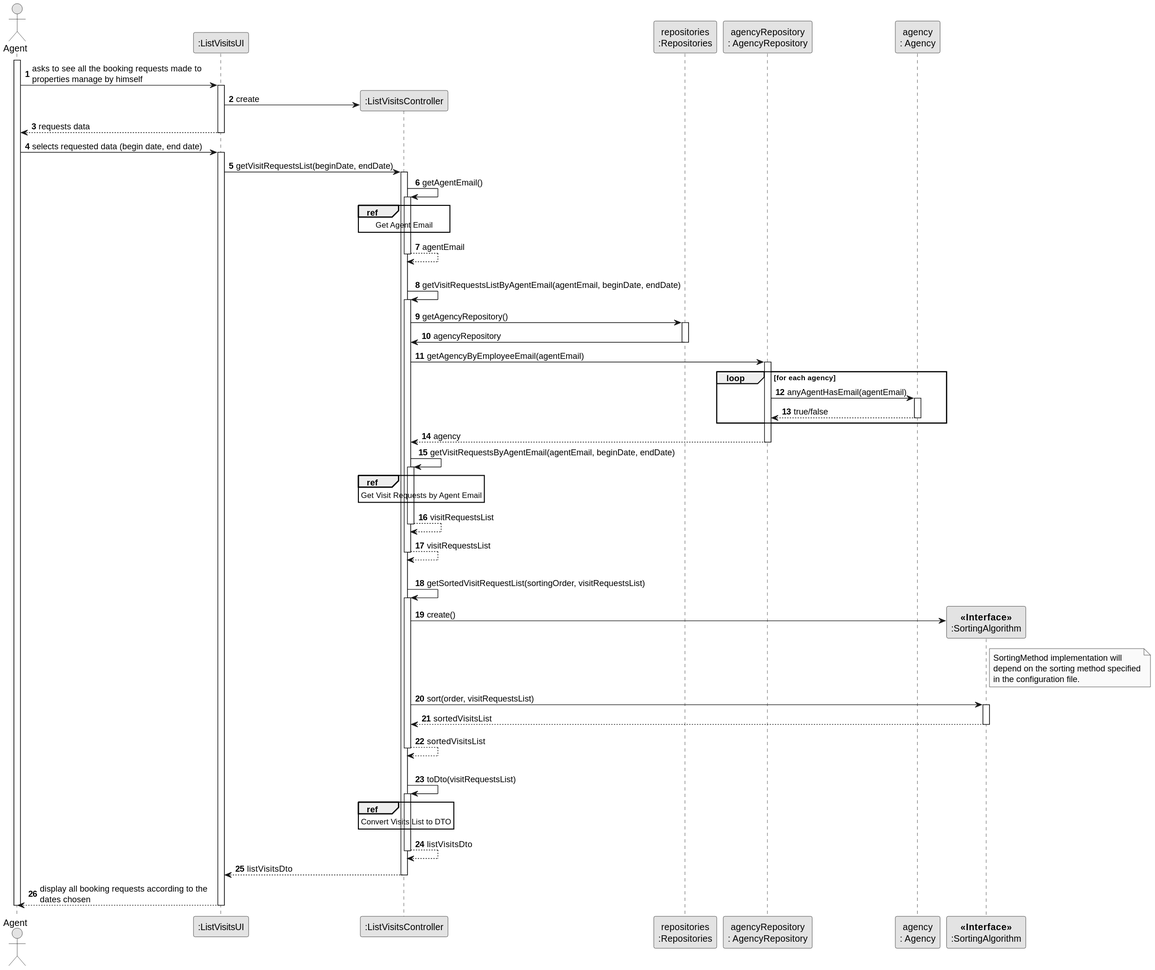
Earlier version of the PlantUML export docs/sprintD/us015/03.design/svg/us015-sequence-diagram-split.svg (rita-barbosa/LAPR2-2223).
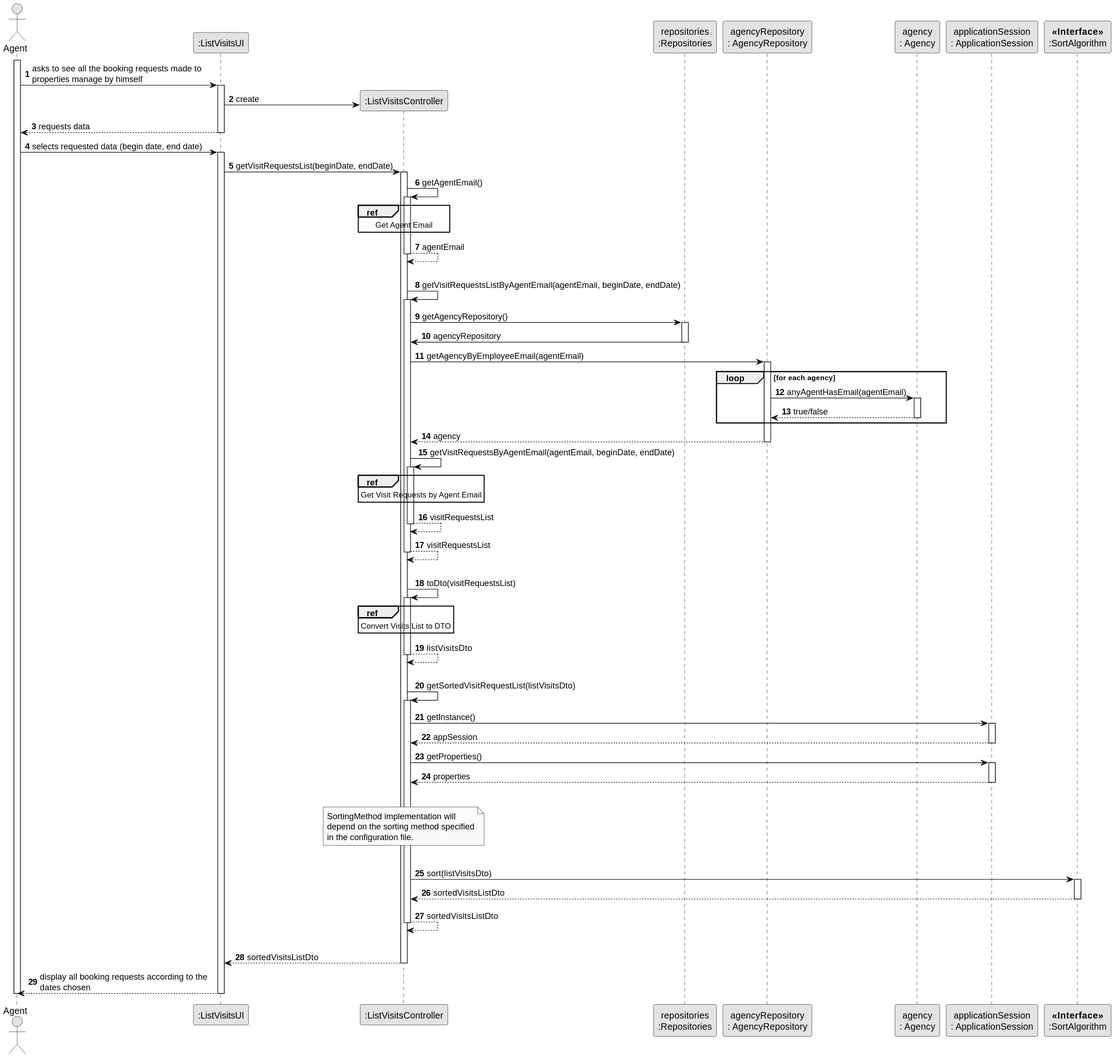
The same file after the commit.

Commit message:
Update Sequence Diagram (all) & Class Diagram + SVG's [US015][Design]

What changed in the source:
```diff
@@ -11,7 +11,8 @@
 participant "repositories\n:Repositories" as PLAT
 participant "agencyRepository\n: AgencyRepository" as AgRep
 participant "agency\n: Agency" as AGENCY
-participant "<b><<Interface>></b>\n:SortingAlgorithm" as SORTALG
+participant "applicationSession\n: ApplicationSession" as AppSess
+participant "<b><<Interface>></b>\n:SortAlgorithm" as SORTALG
 
 activate ADM
 
@@ -77,26 +78,6 @@
         deactivate CTRL
         |||
 
-        CTRL -> CTRL : getSortedVisitRequestList(sortingOrder, visitRequestsList)
-        activate CTRL
-
-        CTRL -> SORTALG** : create()
-
-        note right SORTALG
-        SortingMethod implementation will
-        depend on the sorting method specified
-        in the configuration file.
-        end note
-
-        CTRL -> SORTALG : sort(order, visitRequestsList)
-        activate SORTALG
-
-        SORTALG --> CTRL : sortedVisitsList
-        deactivate SORTALG
-
-        CTRL --> CTRL : sortedVisitsList
-        deactivate CTRL
-        |||
 
             CTRL -> CTRL : toDto(visitRequestsList)
             activate CTRL
@@ -108,9 +89,43 @@
 
             CTRL --> CTRL : listVisitsDto
             deactivate CTRL
+            |||
 
-             CTRL --> UI: listVisitsDto
+             CTRL -> CTRL : getSortedVisitRequestList(listVisitsDto)
+             activate CTRL
+
+              CTRL -> AppSess : getInstance()
+              activate AppSess
+
+              AppSess --> CTRL : appSession
+              deactivate AppSess
+
+              CTRL -> AppSess : getProperties()
+               activate AppSess
+
+               AppSess --> CTRL : properties
+               deactivate AppSess
+               |||
+
+             note over CTRL
+             SortingMethod implementation will
+             depend on the sorting method specified
+             in the configuration file.
+             end note
+             |||
+
+             CTRL -> SORTALG : sort(listVisitsDto)
+             activate SORTALG
+
+             SORTALG --> CTRL : sortedVisitsListDto
+             deactivate SORTALG
+
+             CTRL --> CTRL : sortedVisitsListDto
              deactivate CTRL
+             |||
+
+        CTRL --> UI: sortedVisitsListDto
+          deactivate CTRL
 
 
         UI --> ADM : display all booking requests according to the \ndates chosen
```
